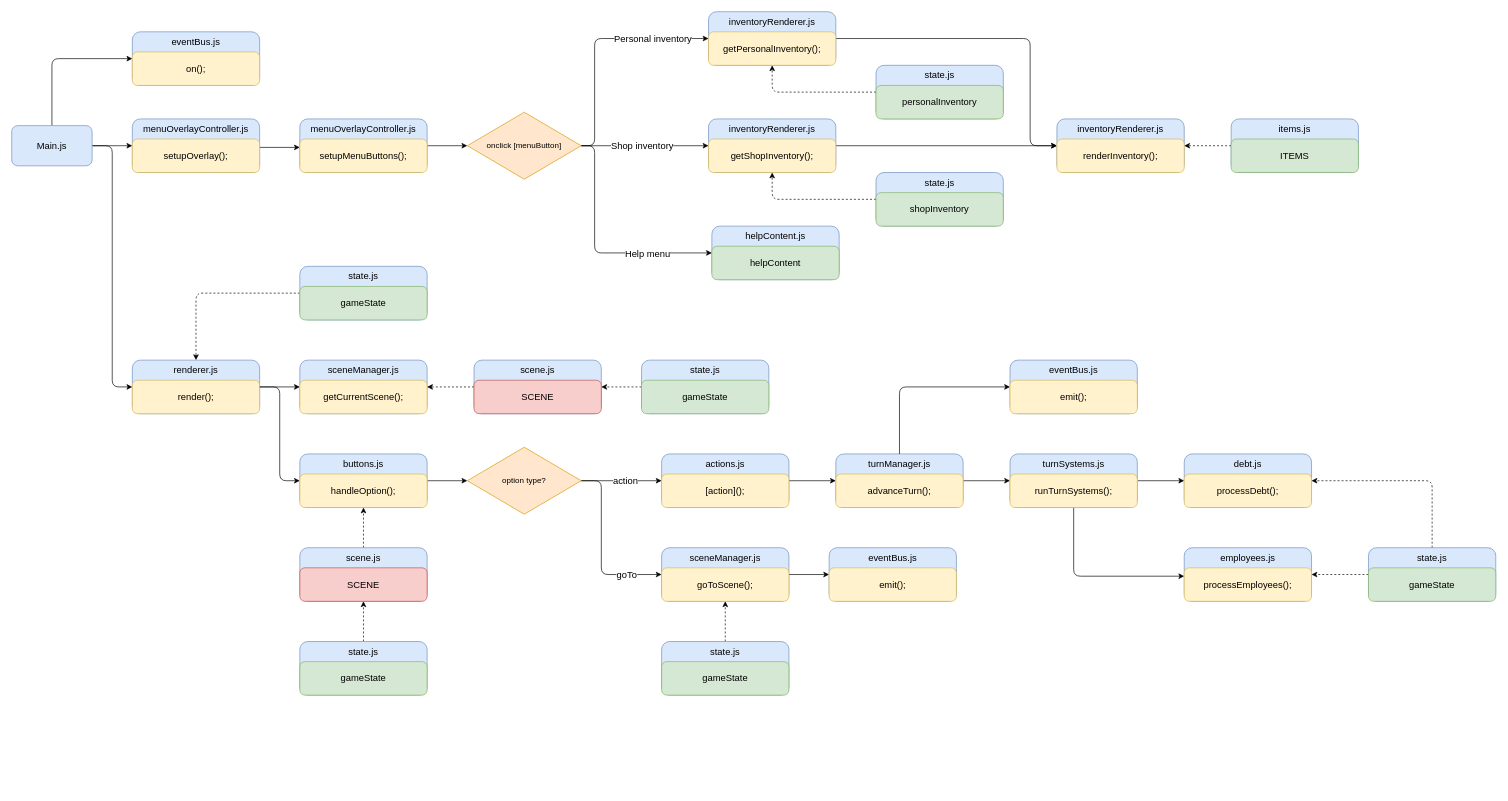
Before: systemScamatic.drawio in jespercboer1/Repair_Rampage, a draw.io diagram. Source tidied: cells renumbered, new cells numbered last; positions are measured from the earlier drawing's top-left corner, leaving out a move shared by most shapes. Both pictures are drawn from the tidied source at 67%, with x=0, y=0 at pixel (11, 11).
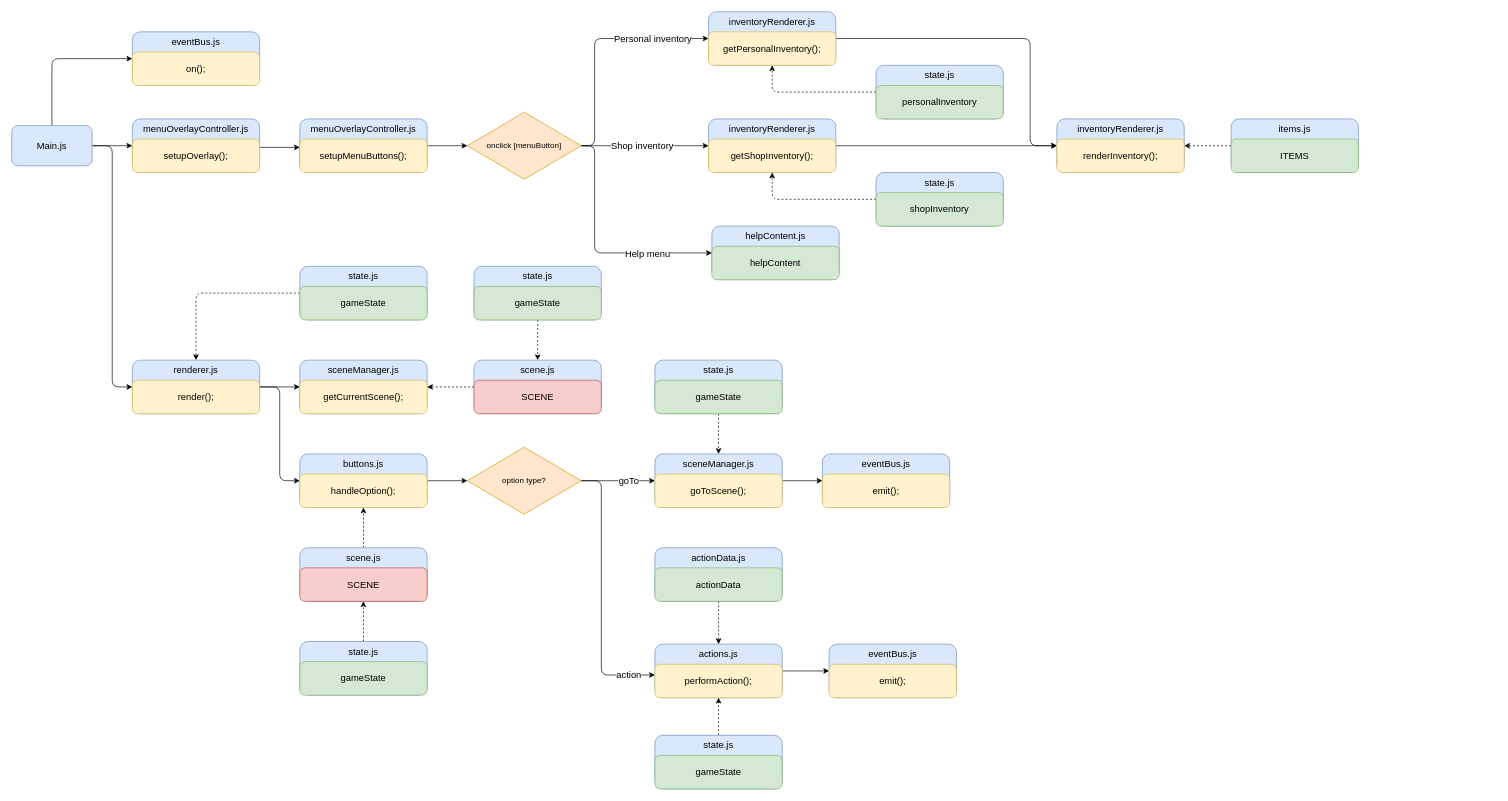
Above is the later version.

The change refers to these unchanged cells:
```xml
<mxCell id="66" value="option type?" style="rhombus;whiteSpace=wrap;html=1;fillColor=#ffe6cc;strokeColor=#d79b00;" parent="1" vertex="1">
  <mxGeometry x="680" y="650" width="170" height="100" as="geometry" />
</mxCell>
```

Diff of the diagram source:
```diff
@@
     <mxCell id="46" value="&lt;span style=&quot;color: rgb(0, 0, 0);&quot;&gt;state.js&lt;/span&gt;" style="rounded=1;whiteSpace=wrap;html=1;fillColor=#dae8fc;strokeColor=#6c8ebf;fontSize=14;shadow=0;perimeterSpacing=0;verticalAlign=top;" parent="1" vertex="1">
-      <mxGeometry x="940" y="520" width="190" height="80" as="geometry" />
+      <mxGeometry x="690" y="380" width="190" height="80" as="geometry" />
     </mxCell>
     <mxCell id="47" value="gameState" style="rounded=1;whiteSpace=wrap;html=1;fillColor=#d5e8d4;strokeColor=#82b366;fontSize=14;shadow=0;perimeterSpacing=0;" parent="1" vertex="1">
-      <mxGeometry x="940" y="550" width="190" height="50" as="geometry" />
+      <mxGeometry x="690" y="410" width="190" height="50" as="geometry" />
     </mxCell>
@@
-    <mxCell id="62" style="edgeStyle=none;html=1;" parent="1" edge="1" source="66" target="68">
-      <mxGeometry relative="1" as="geometry" />
+    <mxCell id="62" style="edgeStyle=orthogonalEdgeStyle;html=1;" parent="1" edge="1" source="66" target="68">
+      <mxGeometry relative="1" as="geometry">
+        <Array as="points">
+          <mxPoint x="880" y="700" />
+          <mxPoint x="880" y="990" />
+        </Array>
+      </mxGeometry>
     </mxCell>
     <mxCell id="63" value="action" style="edgeLabel;html=1;align=center;verticalAlign=middle;fontSize=14;" parent="62" vertex="1">
       <mxGeometry x="0.09" y="1" relative="1" as="geometry">
-        <mxPoint y="1" as="offset" />
+        <mxPoint x="39" y="101" as="offset" />
       </mxGeometry>
     </mxCell>
     <mxCell id="64" style="edgeStyle=orthogonalEdgeStyle;html=1;" parent="1" edge="1" source="66" target="71">
       <mxGeometry relative="1" as="geometry">
         <Array as="points">
-          <mxPoint x="880" y="700" />
-          <mxPoint x="880" y="840" />
+          <mxPoint x="960" y="700" />
+          <mxPoint x="960" y="700" />
         </Array>
       </mxGeometry>
     </mxCell>
     <mxCell id="65" value="goTo" style="edgeLabel;html=1;align=center;verticalAlign=middle;fontSize=14;" parent="64" vertex="1">
       <mxGeometry x="0.57" y="-2" relative="1" as="geometry">
-        <mxPoint x="3" y="-2" as="offset" />
+        <mxPoint x="-16" y="-2" as="offset" />
       </mxGeometry>
     </mxCell>
@@
-    <mxCell id="67" style="edgeStyle=none;html=1;" parent="1" edge="1" source="68" target="81">
+    <mxCell id="67" style="edgeStyle=none;html=1;" parent="1" edge="1" source="68" target="84">
       <mxGeometry relative="1" as="geometry" />
     </mxCell>
     <mxCell id="68" value="actions.js" style="rounded=1;whiteSpace=wrap;html=1;fillColor=#dae8fc;strokeColor=#6c8ebf;fontSize=14;shadow=0;perimeterSpacing=0;verticalAlign=top;" parent="1" vertex="1">
-      <mxGeometry x="970" y="660" width="190" height="80" as="geometry" />
+      <mxGeometry x="960" y="943.9" width="190" height="80" as="geometry" />
     </mxCell>
-    <mxCell id="69" value="[action]();" style="rounded=1;whiteSpace=wrap;html=1;fillColor=#fff2cc;strokeColor=#d6b656;fontSize=14;shadow=0;perimeterSpacing=0;" parent="1" vertex="1">
-      <mxGeometry x="970" y="690" width="190" height="50" as="geometry" />
+    <mxCell id="69" value="performAction();" style="rounded=1;whiteSpace=wrap;html=1;fillColor=#fff2cc;strokeColor=#d6b656;fontSize=14;shadow=0;perimeterSpacing=0;" parent="1" vertex="1">
+      <mxGeometry x="960" y="973.9" width="190" height="50" as="geometry" />
     </mxCell>
@@
     <mxCell id="71" value="sceneManager.js" style="rounded=1;whiteSpace=wrap;html=1;fillColor=#dae8fc;strokeColor=#6c8ebf;fontSize=14;shadow=0;perimeterSpacing=0;verticalAlign=top;" parent="1" vertex="1">
-      <mxGeometry x="970" y="800" width="190" height="80" as="geometry" />
+      <mxGeometry x="960" y="660" width="190" height="80" as="geometry" />
     </mxCell>
     <mxCell id="72" value="goToScene();" style="rounded=1;whiteSpace=wrap;html=1;fillColor=#fff2cc;strokeColor=#d6b656;fontSize=14;shadow=0;perimeterSpacing=0;" parent="1" vertex="1">
-      <mxGeometry x="970" y="830" width="190" height="50" as="geometry" />
+      <mxGeometry x="960" y="690" width="190" height="50" as="geometry" />
     </mxCell>
     <mxCell id="73" value="eventBus.js" style="rounded=1;whiteSpace=wrap;html=1;fillColor=#dae8fc;strokeColor=#6c8ebf;fontSize=14;shadow=0;perimeterSpacing=0;verticalAlign=top;" parent="1" vertex="1">
-      <mxGeometry x="1220" y="800" width="190" height="80" as="geometry" />
+      <mxGeometry x="1210" y="660" width="190" height="80" as="geometry" />
     </mxCell>
     <mxCell id="74" value="emit();" style="rounded=1;whiteSpace=wrap;html=1;fillColor=#fff2cc;strokeColor=#d6b656;fontSize=14;shadow=0;perimeterSpacing=0;" parent="1" vertex="1">
-      <mxGeometry x="1220" y="830" width="190" height="50" as="geometry" />
+      <mxGeometry x="1210" y="690" width="190" height="50" as="geometry" />
     </mxCell>
@@
     <mxCell id="76" value="&lt;span style=&quot;color: rgb(0, 0, 0);&quot;&gt;state.js&lt;/span&gt;" style="rounded=1;whiteSpace=wrap;html=1;fillColor=#dae8fc;strokeColor=#6c8ebf;fontSize=14;shadow=0;perimeterSpacing=0;verticalAlign=top;" parent="1" vertex="1">
-      <mxGeometry x="970" y="940" width="190" height="80" as="geometry" />
+      <mxGeometry x="960" y="520" width="190" height="80" as="geometry" />
     </mxCell>
     <mxCell id="77" value="gameState" style="rounded=1;whiteSpace=wrap;html=1;fillColor=#d5e8d4;strokeColor=#82b366;fontSize=14;shadow=0;perimeterSpacing=0;" parent="1" vertex="1">
-      <mxGeometry x="970" y="970" width="190" height="50" as="geometry" />
+      <mxGeometry x="960" y="550" width="190" height="50" as="geometry" />
     </mxCell>
@@
-    <mxCell id="80" style="edgeStyle=none;html=1;" parent="1" edge="1" source="81" target="87">
-      <mxGeometry relative="1" as="geometry" />
-    </mxCell>
-    <mxCell id="81" value="turnManager.js" style="rounded=1;whiteSpace=wrap;html=1;fillColor=#dae8fc;strokeColor=#6c8ebf;fontSize=14;shadow=0;perimeterSpacing=0;verticalAlign=top;" parent="1" vertex="1">
-      <mxGeometry x="1230" y="660" width="190" height="80" as="geometry" />
-    </mxCell>
-    <mxCell id="82" value="advanceTurn();" style="rounded=1;whiteSpace=wrap;html=1;fillColor=#fff2cc;strokeColor=#d6b656;fontSize=14;shadow=0;perimeterSpacing=0;" parent="1" vertex="1">
-      <mxGeometry x="1230" y="690" width="190" height="50" as="geometry" />
-    </mxCell>
-    <mxCell id="83" style="edgeStyle=orthogonalEdgeStyle;html=1;exitX=0.5;exitY=0;exitDx=0;exitDy=0;" parent="1" edge="1" source="81" target="84">
-      <mxGeometry relative="1" as="geometry">
-        <Array as="points">
-          <mxPoint x="1325" y="560" />
-        </Array>
-      </mxGeometry>
-    </mxCell>
     <mxCell id="84" value="eventBus.js" style="rounded=1;whiteSpace=wrap;html=1;fillColor=#dae8fc;strokeColor=#6c8ebf;fontSize=14;shadow=0;perimeterSpacing=0;verticalAlign=top;" parent="1" vertex="1">
-      <mxGeometry x="1490" y="520" width="190" height="80" as="geometry" />
+      <mxGeometry x="1220" y="943.9" width="190" height="80" as="geometry" />
     </mxCell>
     <mxCell id="85" value="emit();" style="rounded=1;whiteSpace=wrap;html=1;fillColor=#fff2cc;strokeColor=#d6b656;fontSize=14;shadow=0;perimeterSpacing=0;" parent="1" vertex="1">
-      <mxGeometry x="1490" y="550" width="190" height="50" as="geometry" />
+      <mxGeometry x="1220" y="973.9" width="190" height="50" as="geometry" />
     </mxCell>
-    <mxCell id="86" style="edgeStyle=none;html=1;" parent="1" edge="1" source="87" target="90">
-      <mxGeometry relative="1" as="geometry" />
-    </mxCell>
-    <mxCell id="87" value="turnSystems.js" style="rounded=1;whiteSpace=wrap;html=1;fillColor=#dae8fc;strokeColor=#6c8ebf;fontSize=14;shadow=0;perimeterSpacing=0;verticalAlign=top;" parent="1" vertex="1">
-      <mxGeometry x="1490" y="660" width="190" height="80" as="geometry" />
-    </mxCell>
-    <mxCell id="88" style="edgeStyle=orthogonalEdgeStyle;html=1;exitX=0.5;exitY=1;exitDx=0;exitDy=0;entryX=0;entryY=0.25;entryDx=0;entryDy=0;" parent="1" edge="1" source="89" target="93">
-      <mxGeometry relative="1" as="geometry" />
-    </mxCell>
-    <mxCell id="89" value="runTurnSystems();" style="rounded=1;whiteSpace=wrap;html=1;fillColor=#fff2cc;strokeColor=#d6b656;fontSize=14;shadow=0;perimeterSpacing=0;" parent="1" vertex="1">
-      <mxGeometry x="1490" y="690" width="190" height="50" as="geometry" />
-    </mxCell>
-    <mxCell id="90" value="debt.js" style="rounded=1;whiteSpace=wrap;html=1;fillColor=#dae8fc;strokeColor=#6c8ebf;fontSize=14;shadow=0;perimeterSpacing=0;verticalAlign=top;" parent="1" vertex="1">
-      <mxGeometry x="1750" y="660" width="190" height="80" as="geometry" />
-    </mxCell>
-    <mxCell id="91" value="processDebt();" style="rounded=1;whiteSpace=wrap;html=1;fillColor=#fff2cc;strokeColor=#d6b656;fontSize=14;shadow=0;perimeterSpacing=0;" parent="1" vertex="1">
-      <mxGeometry x="1750" y="690" width="190" height="50" as="geometry" />
-    </mxCell>
-    <mxCell id="92" value="employees.js" style="rounded=1;whiteSpace=wrap;html=1;fillColor=#dae8fc;strokeColor=#6c8ebf;fontSize=14;shadow=0;perimeterSpacing=0;verticalAlign=top;" parent="1" vertex="1">
-      <mxGeometry x="1750" y="800" width="190" height="80" as="geometry" />
-    </mxCell>
-    <mxCell id="93" value="processEmployees();" style="rounded=1;whiteSpace=wrap;html=1;fillColor=#fff2cc;strokeColor=#d6b656;fontSize=14;shadow=0;perimeterSpacing=0;" parent="1" vertex="1">
-      <mxGeometry x="1750" y="830" width="190" height="50" as="geometry" />
-    </mxCell>
-    <mxCell id="94" style="edgeStyle=none;html=1;dashed=1;" parent="1" edge="1" source="96" target="92">
-      <mxGeometry relative="1" as="geometry" />
-    </mxCell>
+    <mxCell id="98" style="edgeStyle=none;html=1;dashed=1;" parent="1" edge="1" source="95" target="68">
+      <mxGeometry relative="1" as="geometry" />
+    </mxCell>
-    <mxCell id="95" style="edgeStyle=orthogonalEdgeStyle;html=1;dashed=1;" parent="1" edge="1" source="96" target="90">
-      <mxGeometry relative="1" as="geometry">
-        <Array as="points">
-          <mxPoint x="2120" y="700" />
-        </Array>
-      </mxGeometry>
+    <mxCell id="95" value="&lt;span style=&quot;color: rgb(0, 0, 0);&quot;&gt;state.js&lt;/span&gt;" style="rounded=1;whiteSpace=wrap;html=1;fillColor=#dae8fc;strokeColor=#6c8ebf;fontSize=14;shadow=0;perimeterSpacing=0;verticalAlign=top;" parent="1" vertex="1">
+      <mxGeometry x="960" y="1080" width="190" height="80" as="geometry" />
     </mxCell>
-    <mxCell id="96" value="&lt;span style=&quot;color: rgb(0, 0, 0);&quot;&gt;state.js&lt;/span&gt;" style="rounded=1;whiteSpace=wrap;html=1;fillColor=#dae8fc;strokeColor=#6c8ebf;fontSize=14;shadow=0;perimeterSpacing=0;verticalAlign=top;" parent="1" vertex="1">
-      <mxGeometry x="2025" y="800" width="190" height="80" as="geometry" />
-    </mxCell>
     <mxCell id="97" value="gameState" style="rounded=1;whiteSpace=wrap;html=1;fillColor=#d5e8d4;strokeColor=#82b366;fontSize=14;shadow=0;perimeterSpacing=0;" parent="1" vertex="1">
-      <mxGeometry x="2025" y="830" width="190" height="50" as="geometry" />
+      <mxGeometry x="960" y="1110" width="190" height="50" as="geometry" />
     </mxCell>
+    <mxCell id="99" style="edgeStyle=none;html=1;dashed=1;" parent="1" edge="1" source="100" target="68">
+      <mxGeometry relative="1" as="geometry" />
+    </mxCell>
+    <mxCell id="100" value="&lt;span style=&quot;color: rgb(0, 0, 0);&quot;&gt;actionData.js&lt;/span&gt;" style="rounded=1;whiteSpace=wrap;html=1;fillColor=#dae8fc;strokeColor=#6c8ebf;fontSize=14;shadow=0;perimeterSpacing=0;verticalAlign=top;" parent="1" vertex="1">
+      <mxGeometry x="960" y="800" width="190" height="80" as="geometry" />
+    </mxCell>
+    <mxCell id="101" value="actionData" style="rounded=1;whiteSpace=wrap;html=1;fillColor=#d5e8d4;strokeColor=#82b366;fontSize=14;shadow=0;perimeterSpacing=0;" parent="1" vertex="1">
+      <mxGeometry x="960" y="830" width="190" height="50" as="geometry" />
+    </mxCell>
```
